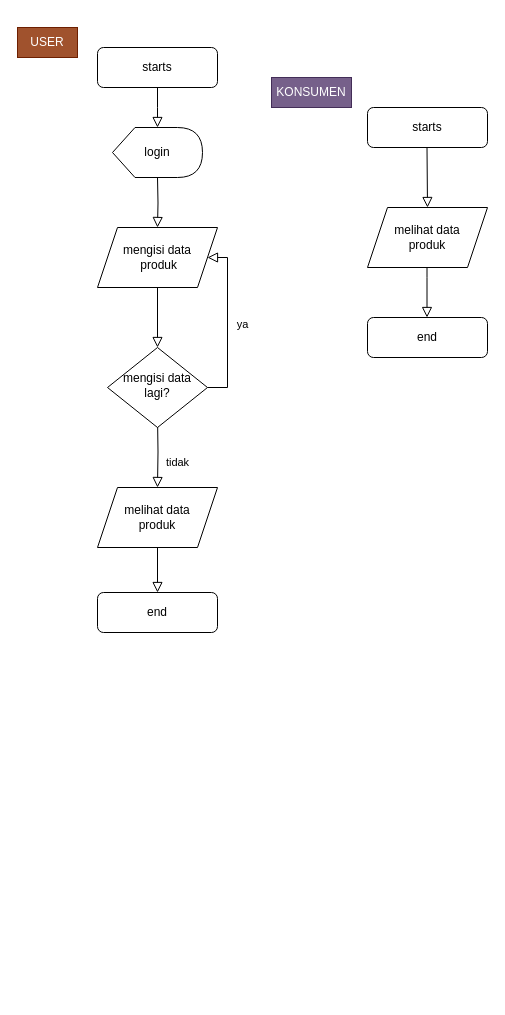
R-TSE-Real-Time-Software-Engineers/SPW-Canteen keeps this draw.io diagram as flow chart.drawio. Above is the earlier version. Source tidied: cells renumbered, new cells numbered last; positions are measured from the earlier drawing's top-left corner, leaving out a move shared by most shapes. Both pictures are drawn from the tidied source at 100%, with x=0, y=0 at pixel (17, 27).
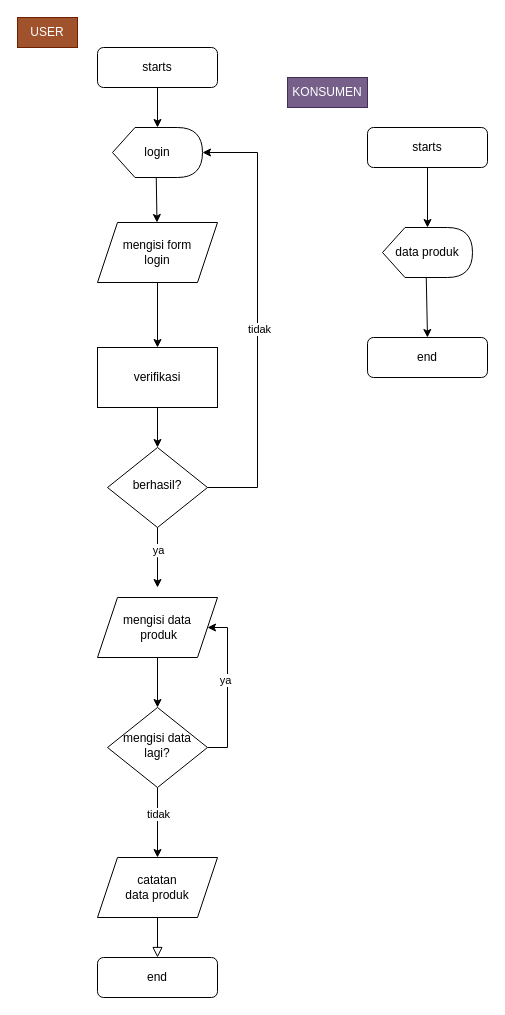
The same page after the edit.

The change refers to these unchanged cells:
```xml
<mxCell id="6" value="starts" style="rounded=1;whiteSpace=wrap;html=1;fontSize=12;glass=0;strokeWidth=1;shadow=0;" parent="1" vertex="1">
  <mxGeometry x="80" y="20" width="120" height="40" as="geometry" />
</mxCell>
<mxCell id="18" value="login" style="shape=display;whiteSpace=wrap;html=1;" parent="1" vertex="1">
  <mxGeometry x="95" y="100" width="90" height="50" as="geometry" />
</mxCell>
```

The edit, as a diff of the source:
```diff
@@
-    <mxCell id="2" style="rounded=0;html=1;jettySize=auto;fontSize=11;endArrow=block;endFill=0;endSize=8;strokeWidth=1;shadow=0;labelBackgroundColor=none;edgeStyle=orthogonalEdgeStyle;exitX=0.5;exitY=1;exitDx=0;exitDy=0;" parent="1" edge="1" target="5">
-      <mxGeometry relative="1" as="geometry">
-        <mxPoint x="140" y="150" as="sourcePoint" />
-      </mxGeometry>
-    </mxCell>
-    <mxCell id="3" value="tidak" style="rounded=0;html=1;jettySize=auto;fontSize=11;endArrow=block;endFill=0;endSize=8;strokeWidth=1;shadow=0;labelBackgroundColor=none;edgeStyle=orthogonalEdgeStyle;entryX=0.5;entryY=0;entryDx=0;entryDy=0;" parent="1" edge="1" target="9">
-      <mxGeometry x="0.33" y="20" relative="1" as="geometry">
-        <mxPoint x="140" y="388" as="sourcePoint" />
-      </mxGeometry>
-    </mxCell>
-    <mxCell id="4" value="mengisi data&lt;div&gt;lagi?&lt;/div&gt;" style="rhombus;whiteSpace=wrap;html=1;shadow=0;fontFamily=Helvetica;fontSize=12;align=center;strokeWidth=1;spacing=6;spacingTop=-4;" parent="1" vertex="1">
-      <mxGeometry x="90" y="320" width="100" height="80" as="geometry" />
-    </mxCell>
+    <mxCell id="11" style="edgeStyle=orthogonalEdgeStyle;rounded=0;jettySize=auto;html=1;exitX=0.5;exitY=1;exitDx=0;exitDy=0;entryX=0.5;entryY=0;entryDx=0;entryDy=0;" parent="1" edge="1" source="5" target="4">
+      <mxGeometry relative="1" as="geometry" />
+    </mxCell>
     <mxCell id="5" value="mengisi data&lt;div&gt;&amp;nbsp;produk&lt;/div&gt;" style="shape=parallelogram;perimeter=parallelogramPerimeter;whiteSpace=wrap;html=1;fixedSize=1;" parent="1" vertex="1">
-      <mxGeometry x="80" y="200" width="120" height="60" as="geometry" />
+      <mxGeometry x="80" y="570" width="120" height="60" as="geometry" />
     </mxCell>
@@
-    <mxCell id="7" style="rounded=0;html=1;jettySize=auto;fontSize=11;endArrow=block;endFill=0;endSize=8;strokeWidth=1;shadow=0;labelBackgroundColor=none;edgeStyle=orthogonalEdgeStyle;exitX=1;exitY=0.5;exitDx=0;exitDy=0;entryX=1;entryY=0.5;entryDx=0;entryDy=0;" parent="1" edge="1" source="4" target="5">
-      <mxGeometry x="0.33" y="20" relative="1" as="geometry">
-        <Array as="points">
-          <mxPoint x="210" y="360" />
-          <mxPoint x="210" y="230" />
-        </Array>
-      </mxGeometry>
-    </mxCell>
-    <mxCell id="8" value="ya" style="edgeLabel;html=1;align=center;verticalAlign=middle;" parent="7" vertex="1">
-      <mxGeometry x="-0.01" y="-5" relative="1" as="geometry">
-        <mxPoint x="9" as="offset" />
-      </mxGeometry>
-    </mxCell>
-    <mxCell id="9" value="melihat data&lt;div&gt;produk&lt;/div&gt;" style="shape=parallelogram;perimeter=parallelogramPerimeter;whiteSpace=wrap;html=1;fixedSize=1;" parent="1" vertex="1">
-      <mxGeometry x="80" y="460" width="120" height="60" as="geometry" />
+    <mxCell id="9" value="catatan&lt;div&gt;data produk&lt;/div&gt;" style="shape=parallelogram;perimeter=parallelogramPerimeter;whiteSpace=wrap;html=1;fixedSize=1;" parent="1" vertex="1">
+      <mxGeometry x="80" y="830" width="120" height="60" as="geometry" />
     </mxCell>
     <mxCell id="10" value="end" style="rounded=1;whiteSpace=wrap;html=1;fontSize=12;glass=0;strokeWidth=1;shadow=0;" parent="1" vertex="1">
-      <mxGeometry x="80" y="565" width="120" height="40" as="geometry" />
+      <mxGeometry x="80" y="930" width="120" height="40" as="geometry" />
     </mxCell>
-    <mxCell id="11" style="rounded=0;html=1;jettySize=auto;fontSize=11;endArrow=block;endFill=0;endSize=8;strokeWidth=1;shadow=0;labelBackgroundColor=none;edgeStyle=orthogonalEdgeStyle;exitX=0.5;exitY=1;exitDx=0;exitDy=0;" parent="1" edge="1" source="5" target="4">
-      <mxGeometry relative="1" as="geometry" />
-    </mxCell>
@@
+    <mxCell id="22" style="edgeStyle=orthogonalEdgeStyle;rounded=0;jettySize=auto;html=1;exitX=0.5;exitY=1;exitDx=0;exitDy=0;" parent="1" edge="1" source="13" target="26">
+      <mxGeometry relative="1" as="geometry" />
+    </mxCell>
     <mxCell id="13" value="starts" style="rounded=1;whiteSpace=wrap;html=1;fontSize=12;glass=0;strokeWidth=1;shadow=0;" parent="1" vertex="1">
-      <mxGeometry x="350" y="80" width="120" height="40" as="geometry" />
+      <mxGeometry x="350" y="100" width="120" height="40" as="geometry" />
     </mxCell>
-    <mxCell id="14" style="rounded=0;html=1;jettySize=auto;fontSize=11;endArrow=block;endFill=0;endSize=8;strokeWidth=1;shadow=0;labelBackgroundColor=none;edgeStyle=orthogonalEdgeStyle;exitX=0.5;exitY=1;exitDx=0;exitDy=0;entryX=0.5;entryY=0;entryDx=0;entryDy=0;" parent="1" edge="1" target="16">
-      <mxGeometry relative="1" as="geometry">
-        <mxPoint x="409.5" y="120" as="sourcePoint" />
-      </mxGeometry>
-    </mxCell>
-    <mxCell id="15" style="rounded=0;html=1;jettySize=auto;orthogonalLoop=1;fontSize=11;endArrow=block;endFill=0;endSize=8;strokeWidth=1;shadow=0;labelBackgroundColor=none;edgeStyle=orthogonalEdgeStyle;exitX=0.5;exitY=1;exitDx=0;exitDy=0;" parent="1" edge="1">
-      <mxGeometry relative="1" as="geometry">
-        <mxPoint x="409.5" y="240" as="sourcePoint" />
-        <mxPoint x="409.5" y="290" as="targetPoint" />
-        <Array as="points">
-          <mxPoint x="409.5" y="250" />
-          <mxPoint x="409.5" y="250" />
-        </Array>
-      </mxGeometry>
-    </mxCell>
-    <mxCell id="16" value="melihat data&lt;div&gt;produk&lt;/div&gt;" style="shape=parallelogram;perimeter=parallelogramPerimeter;whiteSpace=wrap;html=1;fixedSize=1;" parent="1" vertex="1">
-      <mxGeometry x="350" y="180" width="120" height="60" as="geometry" />
-    </mxCell>
     <mxCell id="17" value="end" style="rounded=1;whiteSpace=wrap;html=1;fontSize=12;glass=0;strokeWidth=1;shadow=0;" parent="1" vertex="1">
-      <mxGeometry x="350" y="290" width="120" height="40" as="geometry" />
+      <mxGeometry x="350" y="310" width="120" height="40" as="geometry" />
     </mxCell>
@@
-    <mxCell id="19" style="rounded=0;html=1;jettySize=auto;fontSize=11;endArrow=block;endFill=0;endSize=8;strokeWidth=1;shadow=0;labelBackgroundColor=none;edgeStyle=orthogonalEdgeStyle;exitX=0.5;exitY=1;exitDx=0;exitDy=0;" parent="1" edge="1" source="6">
-      <mxGeometry relative="1" as="geometry">
-        <mxPoint x="140" y="100" as="targetPoint" />
-      </mxGeometry>
-    </mxCell>
     <mxCell id="20" value="KONSUMEN" style="text;html=1;align=center;verticalAlign=middle;whiteSpace=wrap;rounded=0;fillColor=#76608a;strokeColor=#432D57;fontColor=#ffffff;" parent="1" vertex="1">
-      <mxGeometry x="254" y="50" width="80" height="30" as="geometry" />
+      <mxGeometry x="270" y="50" width="80" height="30" as="geometry" />
     </mxCell>
     <mxCell id="21" value="USER" style="text;html=1;align=center;verticalAlign=middle;whiteSpace=wrap;rounded=0;fillColor=#a0522d;fontColor=#ffffff;strokeColor=#6D1F00;" parent="1" vertex="1">
-      <mxGeometry width="60" height="30" as="geometry" />
+      <mxGeometry y="-10" width="60" height="30" as="geometry" />
     </mxCell>
+    <mxCell id="23" style="edgeStyle=orthogonalEdgeStyle;rounded=0;jettySize=auto;html=1;exitX=0.5;exitY=1;exitDx=0;exitDy=0;entryX=0.5;entryY=0;entryDx=0;entryDy=0;" parent="1" edge="1" source="4" target="9">
+      <mxGeometry relative="1" as="geometry" />
+    </mxCell>
+    <mxCell id="24" value="tidak" style="edgeLabel;html=1;align=center;verticalAlign=middle;" parent="23" vertex="1">
+      <mxGeometry x="-0.26" relative="1" as="geometry" />
+    </mxCell>
+    <mxCell id="7" style="edgeStyle=orthogonalEdgeStyle;rounded=0;jettySize=auto;html=1;exitX=1;exitY=0.5;exitDx=0;exitDy=0;entryX=1;entryY=0.5;entryDx=0;entryDy=0;" parent="1" edge="1" source="4" target="5">
+      <mxGeometry relative="1" as="geometry">
+        <Array as="points">
+          <mxPoint x="210" y="720" />
+          <mxPoint x="210" y="600" />
+        </Array>
+      </mxGeometry>
+    </mxCell>
+    <mxCell id="25" value="ya" style="edgeLabel;html=1;align=center;verticalAlign=middle;" parent="7" vertex="1">
+      <mxGeometry x="0.1" y="3" relative="1" as="geometry" />
+    </mxCell>
+    <mxCell id="4" value="mengisi data&lt;div&gt;lagi?&lt;/div&gt;" style="rhombus;whiteSpace=wrap;html=1;shadow=0;fontFamily=Helvetica;fontSize=12;align=center;strokeWidth=1;spacing=6;spacingTop=-4;" parent="1" vertex="1">
+      <mxGeometry x="90" y="680" width="100" height="80" as="geometry" />
+    </mxCell>
+    <mxCell id="26" value="data produk" style="shape=display;whiteSpace=wrap;html=1;" parent="1" vertex="1">
+      <mxGeometry x="365" y="200" width="90" height="50" as="geometry" />
+    </mxCell>
+    <mxCell id="27" style="endArrow=classic;html=1;rounded=0;exitX=0;exitY=0;exitDx=43.75;exitDy=50;exitPerimeter=0;entryX=0.5;entryY=0;entryDx=0;entryDy=0;" parent="1" edge="1" source="26" target="17">
+      <mxGeometry relative="1" as="geometry" />
+    </mxCell>
+    <mxCell id="28" style="edgeStyle=orthogonalEdgeStyle;rounded=0;jettySize=auto;html=1;exitX=0.5;exitY=1;exitDx=0;exitDy=0;entryX=0.5;entryY=0;entryDx=0;entryDy=0;" parent="1" edge="1" source="29" target="32">
+      <mxGeometry relative="1" as="geometry" />
+    </mxCell>
+    <mxCell id="29" value="mengisi form&lt;div&gt;login&lt;/div&gt;" style="shape=parallelogram;perimeter=parallelogramPerimeter;whiteSpace=wrap;html=1;fixedSize=1;" parent="1" vertex="1">
+      <mxGeometry x="80" y="195" width="120" height="60" as="geometry" />
+    </mxCell>
+    <mxCell id="30" style="endArrow=classic;html=1;rounded=0;exitX=0;exitY=0;exitDx=43.75;exitDy=50;exitPerimeter=0;" parent="1" edge="1" source="18" target="29">
+      <mxGeometry relative="1" as="geometry" />
+    </mxCell>
+    <mxCell id="31" style="edgeStyle=orthogonalEdgeStyle;rounded=0;jettySize=auto;html=1;exitX=0.5;exitY=1;exitDx=0;exitDy=0;entryX=0.5;entryY=0;entryDx=0;entryDy=0;" parent="1" edge="1" source="32" target="33">
+      <mxGeometry relative="1" as="geometry" />
+    </mxCell>
+    <mxCell id="32" value="verifikasi" style="rounded=0;whiteSpace=wrap;html=1;" parent="1" vertex="1">
+      <mxGeometry x="80" y="320" width="120" height="60" as="geometry" />
+    </mxCell>
+    <mxCell id="33" value="berhasil?" style="rhombus;whiteSpace=wrap;html=1;shadow=0;fontFamily=Helvetica;fontSize=12;align=center;strokeWidth=1;spacing=6;spacingTop=-4;" parent="1" vertex="1">
+      <mxGeometry x="90" y="420" width="100" height="80" as="geometry" />
+    </mxCell>
+    <mxCell id="34" style="edgeStyle=orthogonalEdgeStyle;rounded=0;jettySize=auto;html=1;exitX=0.5;exitY=1;exitDx=0;exitDy=0;" parent="1" edge="1" source="33">
+      <mxGeometry relative="1" as="geometry">
+        <mxPoint x="140" y="560" as="targetPoint" />
+      </mxGeometry>
+    </mxCell>
+    <mxCell id="35" value="ya" style="edgeLabel;html=1;align=center;verticalAlign=middle;" parent="34" vertex="1">
+      <mxGeometry x="-0.27" relative="1" as="geometry" />
+    </mxCell>
+    <mxCell id="36" style="edgeStyle=orthogonalEdgeStyle;rounded=0;jettySize=auto;html=1;exitX=1;exitY=0.5;exitDx=0;exitDy=0;entryX=1;entryY=0.5;entryDx=0;entryDy=0;entryPerimeter=0;" parent="1" edge="1" source="33" target="18">
+      <mxGeometry relative="1" as="geometry">
+        <Array as="points">
+          <mxPoint x="240" y="460" />
+          <mxPoint x="240" y="125" />
+        </Array>
+      </mxGeometry>
+    </mxCell>
+    <mxCell id="37" value="tidak" style="edgeLabel;html=1;align=center;verticalAlign=middle;" parent="36" vertex="1">
+      <mxGeometry x="-0.05" y="-1" relative="1" as="geometry" />
+    </mxCell>
+    <mxCell id="38" style="endArrow=classic;html=1;rounded=0;exitX=0.5;exitY=1;exitDx=0;exitDy=0;" parent="1" edge="1" source="6" target="18">
+      <mxGeometry relative="1" as="geometry" />
+    </mxCell>
```
